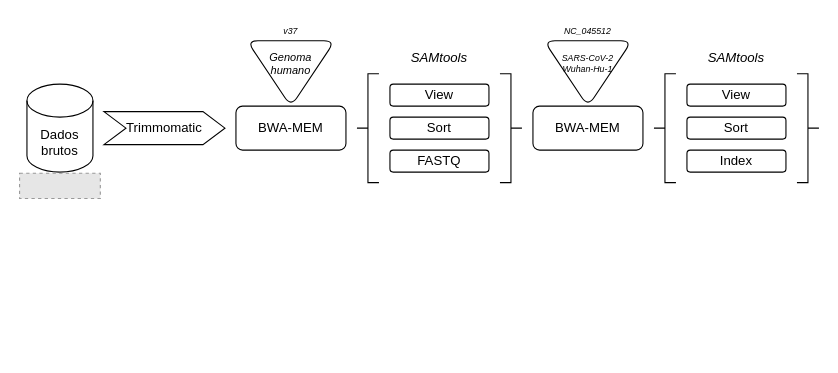
The draw.io diagram workflow_sars-cov-2.drawio in ekazuo/draw-io, before the edit. Source tidied: cells renumbered, new cells numbered last; positions are measured from the earlier drawing's top-left corner, leaving out a move shared by most shapes. Both pictures are drawn from the tidied source at 110%, with x=0, y=0 at pixel (19, 18). Pictures stored in the file or linked from it are replaced by grey dashed boxes.
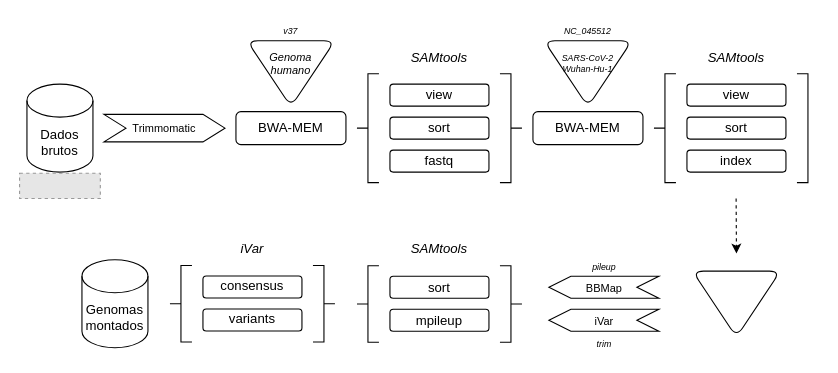
The same diagram, later.

Commit message:
genomas montados

Change to the diagram source:
```diff
@@
     <mxCell id="4" value="BWA-MEM" style="rounded=1;whiteSpace=wrap;html=1;" parent="1" vertex="1">
-      <mxGeometry x="197" y="80" width="100" height="40" as="geometry" />
+      <mxGeometry x="197" y="85" width="100" height="30" as="geometry" />
     </mxCell>
-    <mxCell id="5" value="Trimmomatic" style="shape=step;perimeter=stepPerimeter;whiteSpace=wrap;html=1;fixedSize=1;" parent="1" vertex="1">
-      <mxGeometry x="77" y="85" width="110" height="30" as="geometry" />
+    <mxCell id="5" value="&lt;font style=&quot;font-size: 10px&quot;&gt;Trimmomatic&lt;/font&gt;" style="shape=step;perimeter=stepPerimeter;whiteSpace=wrap;html=1;fixedSize=1;" parent="1" vertex="1">
+      <mxGeometry x="77" y="87.5" width="110" height="25" as="geometry" />
     </mxCell>
-    <mxCell id="6" value="&lt;font style=&quot;font-size: 12px&quot;&gt;View&lt;/font&gt;" style="rounded=1;whiteSpace=wrap;html=1;" parent="1" vertex="1">
+    <mxCell id="6" value="view" style="rounded=1;whiteSpace=wrap;html=1;" parent="1" vertex="1">
       <mxGeometry x="337" y="60" width="90" height="20" as="geometry" />
     </mxCell>
-    <mxCell id="7" value="Sort" style="rounded=1;whiteSpace=wrap;html=1;" parent="1" vertex="1">
+    <mxCell id="7" value="sort" style="rounded=1;whiteSpace=wrap;html=1;" parent="1" vertex="1">
       <mxGeometry x="337" y="90" width="90" height="20" as="geometry" />
     </mxCell>
-    <mxCell id="8" value="FASTQ" style="rounded=1;whiteSpace=wrap;html=1;" parent="1" vertex="1">
+    <mxCell id="8" value="fastq" style="rounded=1;whiteSpace=wrap;html=1;" parent="1" vertex="1">
       <mxGeometry x="337" y="120" width="90" height="20" as="geometry" />
     </mxCell>
@@
     <mxCell id="14" value="BWA-MEM" style="rounded=1;whiteSpace=wrap;html=1;" parent="1" vertex="1">
-      <mxGeometry x="467" y="80" width="100" height="40" as="geometry" />
+      <mxGeometry x="467" y="85" width="100" height="30" as="geometry" />
     </mxCell>
@@
-    <mxCell id="17" value="&lt;font style=&quot;font-size: 12px&quot;&gt;View&lt;/font&gt;" style="rounded=1;whiteSpace=wrap;html=1;" parent="1" vertex="1">
+    <mxCell id="17" value="view" style="rounded=1;whiteSpace=wrap;html=1;" parent="1" vertex="1">
       <mxGeometry x="607" y="60" width="90" height="20" as="geometry" />
     </mxCell>
-    <mxCell id="18" value="Sort" style="rounded=1;whiteSpace=wrap;html=1;" parent="1" vertex="1">
+    <mxCell id="18" value="sort" style="rounded=1;whiteSpace=wrap;html=1;" parent="1" vertex="1">
       <mxGeometry x="607" y="90" width="90" height="20" as="geometry" />
     </mxCell>
-    <mxCell id="19" value="Index" style="rounded=1;whiteSpace=wrap;html=1;" parent="1" vertex="1">
+    <mxCell id="19" value="index" style="rounded=1;whiteSpace=wrap;html=1;" parent="1" vertex="1">
       <mxGeometry x="607" y="120" width="90" height="20" as="geometry" />
     </mxCell>
@@
-    <mxCell id="22" style="shape=curlyBracket;whiteSpace=wrap;html=1;rounded=0;size=0.5;rotation=-180;" parent="1" vertex="1">
-      <mxGeometry x="707" y="50.5" width="20" height="99" as="geometry" />
+    <mxCell id="22" style="shape=curlyBracket;whiteSpace=wrap;html=1;rounded=0;size=0;rotation=-180;" parent="1" vertex="1">
+      <mxGeometry x="707" y="50.5" width="10" height="99" as="geometry" />
     </mxCell>
+    <mxCell id="23" value="&lt;font style=&quot;font-size: 10px&quot;&gt;BBMap&lt;/font&gt;" style="shape=step;perimeter=stepPerimeter;whiteSpace=wrap;html=1;fixedSize=1;rounded=0;shadow=0;fontSize=8;flipH=1;" parent="1" vertex="1">
+      <mxGeometry x="481.5" y="234.6" width="100" height="20" as="geometry" />
+    </mxCell>
+    <mxCell id="24" value="&lt;font style=&quot;font-size: 10px&quot;&gt;iVar&lt;/font&gt;" style="shape=step;perimeter=stepPerimeter;whiteSpace=wrap;html=1;fixedSize=1;rounded=0;shadow=0;fontSize=8;flipH=1;" parent="1" vertex="1">
+      <mxGeometry x="481.5" y="264.6" width="100" height="20" as="geometry" />
+    </mxCell>
+    <mxCell id="25" value="&lt;font style=&quot;font-size: 8px&quot;&gt;&lt;i&gt;pileup&lt;/i&gt;&lt;/font&gt;" style="text;html=1;strokeColor=none;fillColor=none;align=center;verticalAlign=middle;whiteSpace=wrap;rounded=0;shadow=0;fontSize=10;" parent="1" vertex="1">
+      <mxGeometry x="506.5" y="214.6" width="50" height="20" as="geometry" />
+    </mxCell>
+    <mxCell id="26" value="&lt;font style=&quot;font-size: 8px&quot;&gt;&lt;i&gt;trim&lt;/i&gt;&lt;/font&gt;" style="text;html=1;strokeColor=none;fillColor=none;align=center;verticalAlign=middle;whiteSpace=wrap;rounded=0;shadow=0;fontSize=10;" parent="1" vertex="1">
+      <mxGeometry x="506.5" y="284.6" width="50" height="20" as="geometry" />
+    </mxCell>
+    <mxCell id="27" style="triangle;whiteSpace=wrap;html=1;rounded=1;shadow=0;fontSize=10;direction=south;" parent="1" vertex="1">
+      <mxGeometry x="612" y="230" width="80" height="60" as="geometry" />
+    </mxCell>
+    <mxCell id="28" style="endArrow=classic;html=1;rounded=0;fontSize=10;dashed=1;" parent="1" edge="1">
+      <mxGeometry relative="1" as="geometry">
+        <mxPoint x="651.7" y="164" as="sourcePoint" />
+        <mxPoint x="652" y="214" as="targetPoint" />
+      </mxGeometry>
+    </mxCell>
+    <mxCell id="29" value="sort" style="rounded=1;whiteSpace=wrap;html=1;" parent="1" vertex="1">
+      <mxGeometry x="337" y="234.6" width="90" height="20" as="geometry" />
+    </mxCell>
+    <mxCell id="30" value="mpileup" style="rounded=1;whiteSpace=wrap;html=1;" parent="1" vertex="1">
+      <mxGeometry x="337" y="264.6" width="90" height="20" as="geometry" />
+    </mxCell>
+    <mxCell id="31" style="shape=curlyBracket;whiteSpace=wrap;html=1;rounded=0;size=0.5;" parent="1" vertex="1">
+      <mxGeometry x="307" y="225.1" width="20" height="69.5" as="geometry" />
+    </mxCell>
+    <mxCell id="32" value="&lt;i&gt;SAMtools&lt;/i&gt;" style="text;html=1;strokeColor=none;fillColor=none;align=center;verticalAlign=middle;whiteSpace=wrap;rounded=0;fontSize=12;" parent="1" vertex="1">
+      <mxGeometry x="332" y="195.1" width="100" height="30" as="geometry" />
+    </mxCell>
+    <mxCell id="33" style="shape=curlyBracket;whiteSpace=wrap;html=1;rounded=0;size=0.5;rotation=-180;" parent="1" vertex="1">
+      <mxGeometry x="437" y="225.1" width="20" height="69.5" as="geometry" />
+    </mxCell>
+    <mxCell id="34" value="consensus" style="rounded=1;whiteSpace=wrap;html=1;" parent="1" vertex="1">
+      <mxGeometry x="167" y="234.4" width="90" height="20" as="geometry" />
+    </mxCell>
+    <mxCell id="35" value="variants" style="rounded=1;whiteSpace=wrap;html=1;" parent="1" vertex="1">
+      <mxGeometry x="167" y="264.4" width="90" height="20" as="geometry" />
+    </mxCell>
+    <mxCell id="36" style="shape=curlyBracket;whiteSpace=wrap;html=1;rounded=0;size=0.5;" parent="1" vertex="1">
+      <mxGeometry x="137" y="224.9" width="20" height="69.5" as="geometry" />
+    </mxCell>
+    <mxCell id="37" value="&lt;i&gt;iVar&lt;/i&gt;" style="text;html=1;strokeColor=none;fillColor=none;align=center;verticalAlign=middle;whiteSpace=wrap;rounded=0;fontSize=12;" parent="1" vertex="1">
+      <mxGeometry x="162" y="194.9" width="100" height="30" as="geometry" />
+    </mxCell>
+    <mxCell id="38" style="shape=curlyBracket;whiteSpace=wrap;html=1;rounded=0;size=0.5;rotation=-180;" parent="1" vertex="1">
+      <mxGeometry x="267" y="224.9" width="20" height="69.5" as="geometry" />
+    </mxCell>
+    <mxCell id="39" value="Genomas montados" style="shape=cylinder3;whiteSpace=wrap;html=1;boundedLbl=1;backgroundOutline=1;size=15;" parent="1" vertex="1">
+      <mxGeometry x="57" y="219.6" width="60" height="80" as="geometry" />
+    </mxCell>
```
